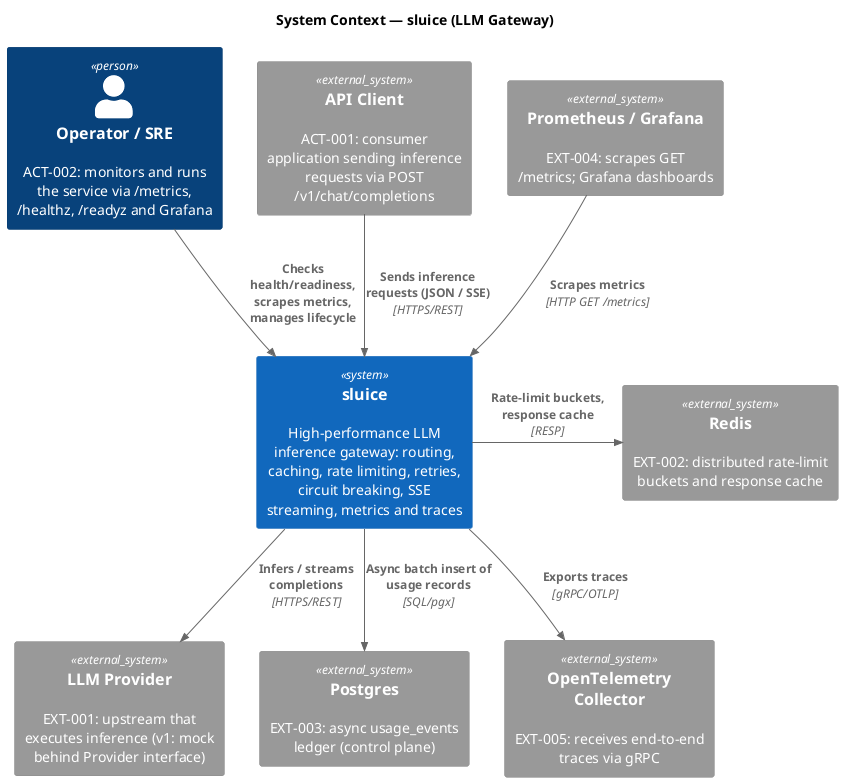
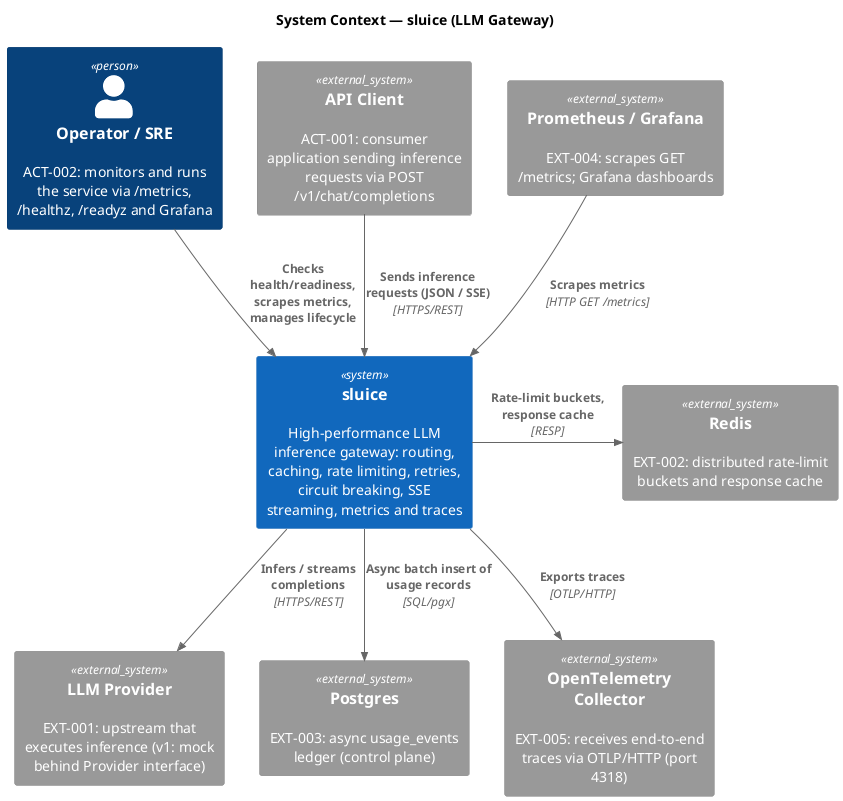
@startuml
!include <C4/C4_Context>
' ============================================================
' C4 Context Diagram (Level 1) — Auto-generated by forge:architect-synthesis. Do not edit manually.
' Source: meta/architecture/domain/ + decisions/
' Generated from: ACT-002 (Operator, human), ACT-001 (ApiClient, system), EXT-001..EXT-005
' Note: ACT-001 ApiClient is a system actor (consumer application), drawn as System_Ext.
'       ACT-002 Operator is the only human actor.
'       ACT-003 Scheduler is internal (background worker) — not shown at L1.
' ADR references: ADR-0009 (Provider interface), ADR-0008 (Prometheus/OTel)
' ============================================================
title System Context — sluice (LLM Gateway)

Person(operator, "Operator / SRE", "ACT-002: monitors and runs the service via /metrics, /healthz, /readyz and Grafana")
System_Ext(apiClient, "API Client", "ACT-001: consumer application sending inference requests via POST /v1/chat/completions")

System(sluice, "sluice", "High-performance LLM inference gateway: routing, caching, rate limiting, retries, circuit breaking, SSE streaming, metrics and traces")

System_Ext(llmProvider, "LLM Provider", "EXT-001: upstream that executes inference (v1: mock behind Provider interface)")
System_Ext(redis, "Redis", "EXT-002: distributed rate-limit buckets and response cache")
System_Ext(postgres, "Postgres", "EXT-003: async usage_events ledger (control plane)")
System_Ext(prometheus, "Prometheus / Grafana", "EXT-004: scrapes GET /metrics; Grafana dashboards")
- System_Ext(otel, "OpenTelemetry Collector", "EXT-005: receives end-to-end traces via gRPC")
+ System_Ext(otel, "OpenTelemetry Collector", "EXT-005: receives end-to-end traces via OTLP/HTTP (port 4318)")

Rel(apiClient, sluice, "Sends inference requests (JSON / SSE)", "HTTPS/REST")
Rel(operator, sluice, "Checks health/readiness, scrapes metrics, manages lifecycle")
Rel(sluice, llmProvider, "Infers / streams completions", "HTTPS/REST")
Rel_Neighbor(sluice, redis, "Rate-limit buckets, response cache", "RESP")
Rel(sluice, postgres, "Async batch insert of usage records", "SQL/pgx")
Rel(prometheus, sluice, "Scrapes metrics", "HTTP GET /metrics")
- Rel(sluice, otel, "Exports traces", "gRPC/OTLP")
+ Rel(sluice, otel, "Exports traces", "OTLP/HTTP")
@enduml
